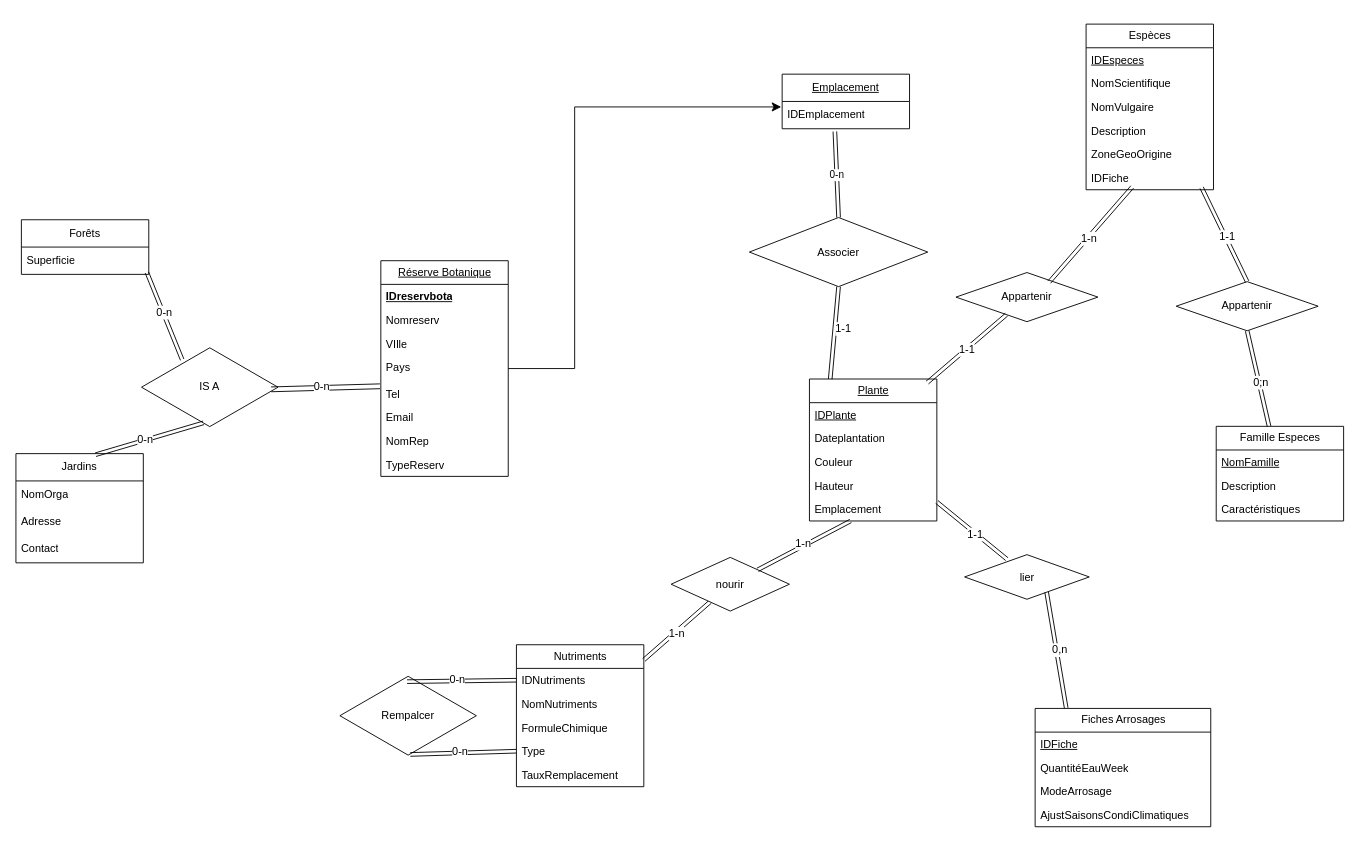
Earlier version of the draw.io diagram SAE3/Untitled Diagram.drawio (korasrar/Work). Source tidied: cells renumbered, new cells numbered last; positions are measured from the earlier drawing's top-left corner, leaving out a move shared by most shapes. Both pictures are drawn from the tidied source at 91%, with x=0, y=0 at pixel (15, 24).
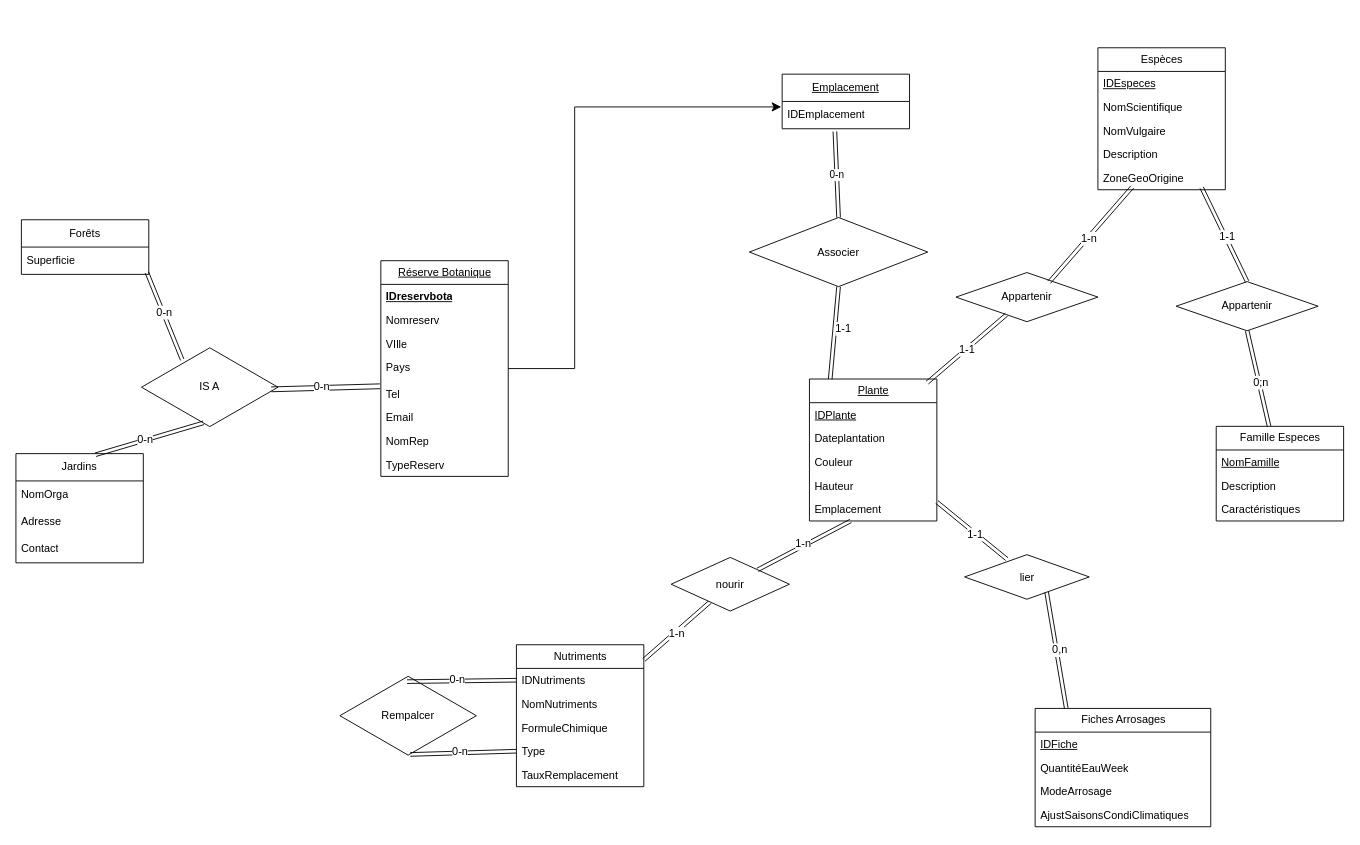
After the change.

Commit message:
Mettre à jour Untitled Diagram.drawio

Unchanged cells that the change refers to:
```xml
<mxCell id="43" value="Appartenir" style="rhombus;whiteSpace=wrap;html=1;" parent="1" vertex="1">
  <mxGeometry x="1033" y="273" width="156" height="54" as="geometry" />
</mxCell>
<mxCell id="60" value="Appartenir" style="rhombus;whiteSpace=wrap;html=1;" parent="1" vertex="1">
  <mxGeometry x="1275" y="283" width="156" height="54" as="geometry" />
</mxCell>
```

What changed in the source:
```diff
@@
     <mxCell id="17" value="Espèces" style="swimlane;fontStyle=0;horizontal=1;startSize=26;fillColor=none;html=1;" parent="1" vertex="1">
-      <mxGeometry x="1176" width="140" height="182" as="geometry" />
+      <mxGeometry x="1189" y="26" width="140" height="156" as="geometry" />
     </mxCell>
@@
-    <mxCell id="23" value="IDFiche" style="text;strokeColor=none;fillColor=none;align=left;verticalAlign=top;spacingLeft=4;spacingRight=4;overflow=hidden;points=[[0,0.5],[1,0.5]];portConstraint=eastwest;whiteSpace=wrap;html=1;" parent="17" vertex="1">
-      <mxGeometry y="156" width="140" height="26" as="geometry" />
-    </mxCell>
@@
-    <mxCell id="44" style="shape=link;html=1;rounded=0;fontSize=12;startSize=8;endSize=8;curved=1;entryX=0.362;entryY=0.883;entryDx=0;entryDy=0;entryPerimeter=0;exitX=0.657;exitY=0.194;exitDx=0;exitDy=0;exitPerimeter=0;" parent="1" edge="1" source="43" target="23">
-      <mxGeometry relative="1" as="geometry" />
+    <mxCell id="44" style="shape=link;html=1;rounded=0;fontSize=12;startSize=8;endSize=8;curved=1;entryX=0.362;entryY=0.883;entryDx=0;entryDy=0;entryPerimeter=0;exitX=0.657;exitY=0.194;exitDx=0;exitDy=0;exitPerimeter=0;" parent="1" edge="1" source="43">
+      <mxGeometry relative="1" as="geometry">
+        <mxPoint x="1226.7" y="179" as="targetPoint" />
+      </mxGeometry>
     </mxCell>
@@
-    <mxCell id="61" style="shape=link;html=1;rounded=0;fontSize=12;startSize=8;endSize=8;curved=1;exitX=0.907;exitY=0.912;exitDx=0;exitDy=0;exitPerimeter=0;entryX=0.5;entryY=0;entryDx=0;entryDy=0;" parent="1" edge="1" source="23" target="60">
-      <mxGeometry relative="1" as="geometry" />
+    <mxCell id="61" style="shape=link;html=1;rounded=0;fontSize=12;startSize=8;endSize=8;curved=1;exitX=0.907;exitY=0.912;exitDx=0;exitDy=0;exitPerimeter=0;entryX=0.5;entryY=0;entryDx=0;entryDy=0;" parent="1" edge="1" target="60">
+      <mxGeometry relative="1" as="geometry">
+        <mxPoint x="1303" y="179.7" as="sourcePoint" />
+      </mxGeometry>
     </mxCell>
```
